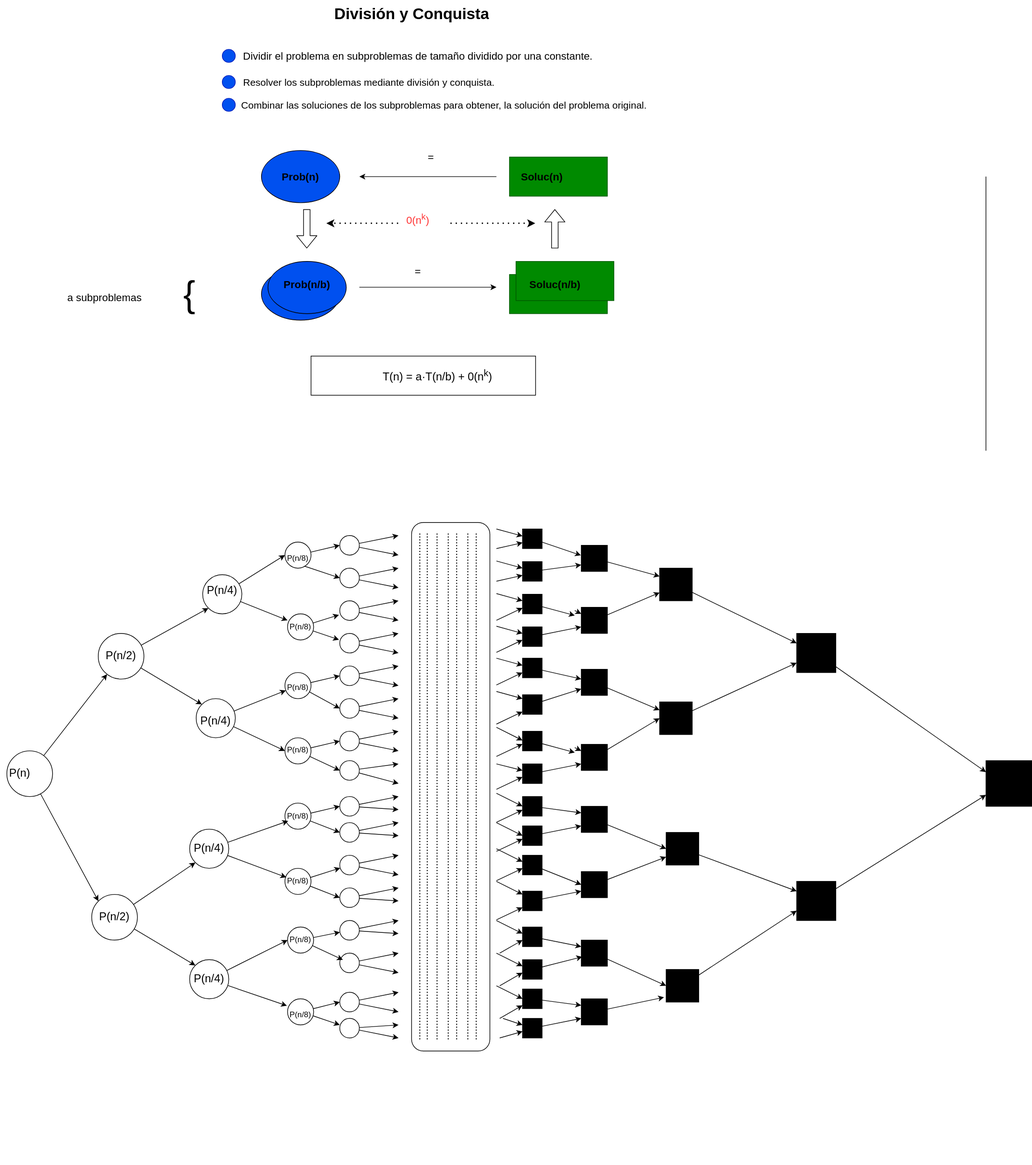
The draw.io diagram Recursividad/Division-y-conquista.drawio.svg in Nordcode-cyber/Algoritmos-Estructdatos, before a commit. Source tidied: cells renumbered, new cells last; positions are measured from the earlier drawing's top-left corner, leaving out a move shared by most shapes.
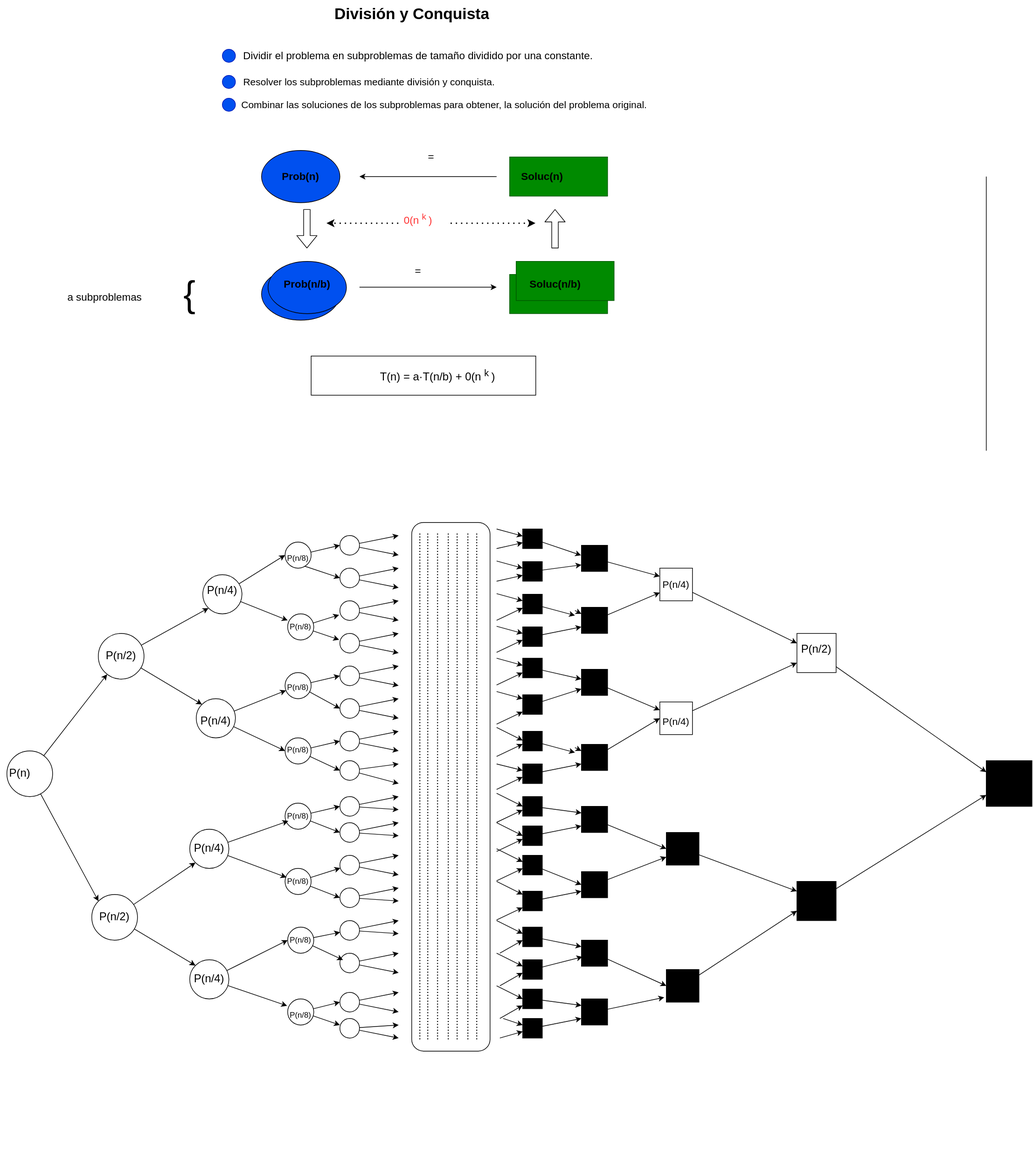
The same diagram one commit later.

What changed in the source:
```diff
@@ -863,13 +863,13 @@
     <mxCell id="228" style="edgeStyle=none;html=1;entryX=0;entryY=0.25;entryDx=0;entryDy=0;" parent="1" edge="1" source="229" target="238">
       <mxGeometry relative="1" as="geometry" />
     </mxCell>
-    <mxCell id="229" style="whiteSpace=wrap;html=1;fillColor=light-dark(#000000,#33FF33);" parent="1" vertex="1">
+    <mxCell id="229" style="whiteSpace=wrap;html=1;fillColor=light-dark(#FFFFFF,#333333);" parent="1" vertex="1">
       <mxGeometry x="1010" y="870" width="50" height="50" as="geometry" />
     </mxCell>
     <mxCell id="230" style="edgeStyle=none;html=1;entryX=0;entryY=0.75;entryDx=0;entryDy=0;" parent="1" edge="1" source="231" target="238">
       <mxGeometry relative="1" as="geometry" />
     </mxCell>
-    <mxCell id="231" style="whiteSpace=wrap;html=1;fillColor=light-dark(#000000,#33FF33);" parent="1" vertex="1">
+    <mxCell id="231" style="whiteSpace=wrap;html=1;fillColor=light-dark(#FFFFFF,#333333);" parent="1" vertex="1">
       <mxGeometry x="1010" y="1075" width="50" height="50" as="geometry" />
     </mxCell>
     <mxCell id="232" style="edgeStyle=none;html=1;entryX=0;entryY=0.25;entryDx=0;entryDy=0;" parent="1" edge="1" source="233" target="240">
@@ -890,7 +890,7 @@
     <mxCell id="237" style="edgeStyle=none;html=1;entryX=0;entryY=0.25;entryDx=0;entryDy=0;" parent="1" edge="1" source="238" target="241">
       <mxGeometry relative="1" as="geometry" />
     </mxCell>
-    <mxCell id="238" style="whiteSpace=wrap;html=1;fillColor=light-dark(#000000,#33FF33);" parent="1" vertex="1">
+    <mxCell id="238" style="whiteSpace=wrap;html=1;fillColor=light-dark(#FFFFFF,#333333);" parent="1" vertex="1">
       <mxGeometry x="1220" y="970" width="60" height="60" as="geometry" />
     </mxCell>
     <mxCell id="239" style="edgeStyle=none;html=1;entryX=0;entryY=0.75;entryDx=0;entryDy=0;" parent="1" edge="1" source="240" target="241">
```
